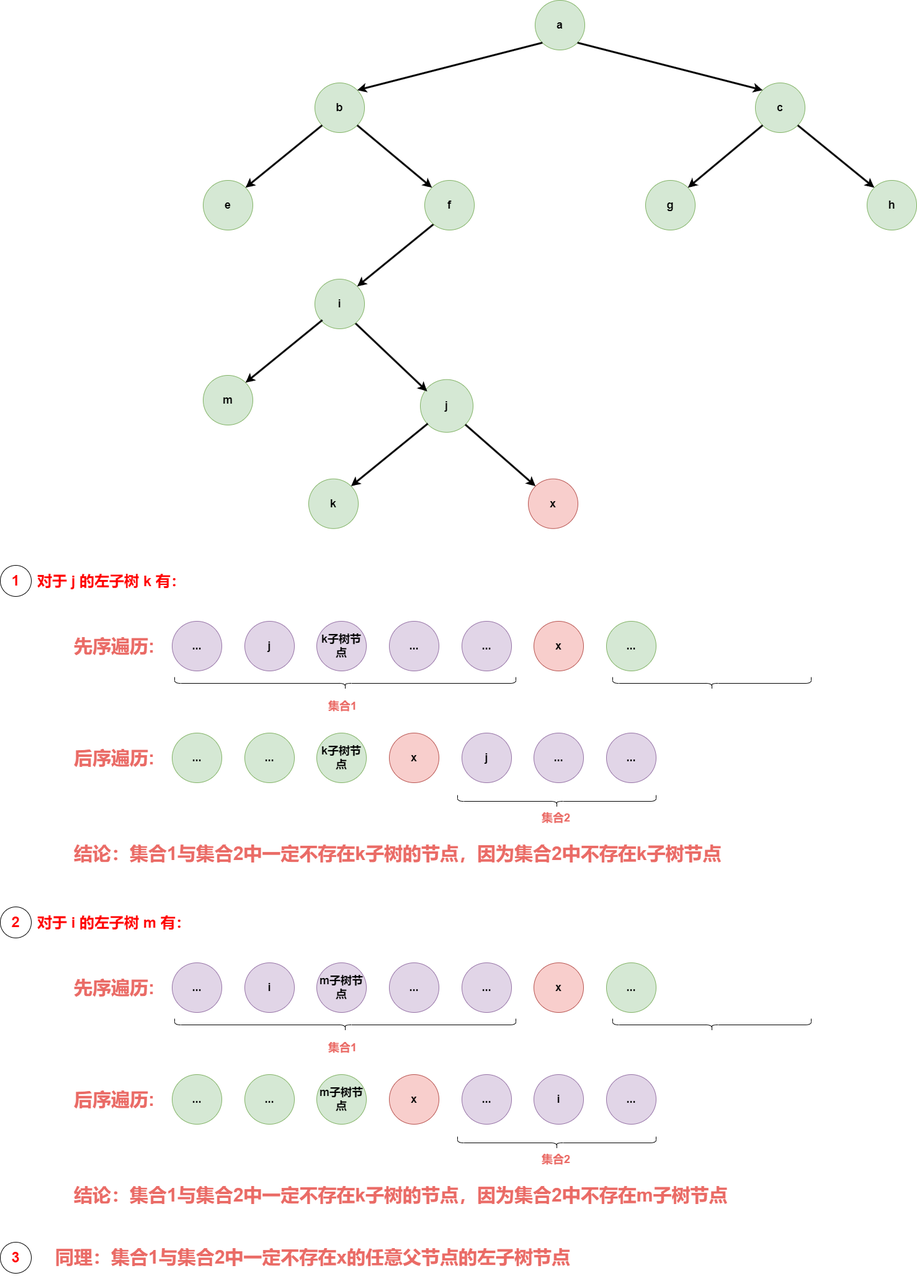
muxicode/c153080686 keeps this draw.io diagram as algrithem/g1_data_struct_binary_tree_3_pre_pos_intersection3.drawio.png. Above is the earlier version. Source tidied: cells renumbered, new cells last; positions are measured from the earlier drawing's top-left corner, leaving out a move shared by most shapes.
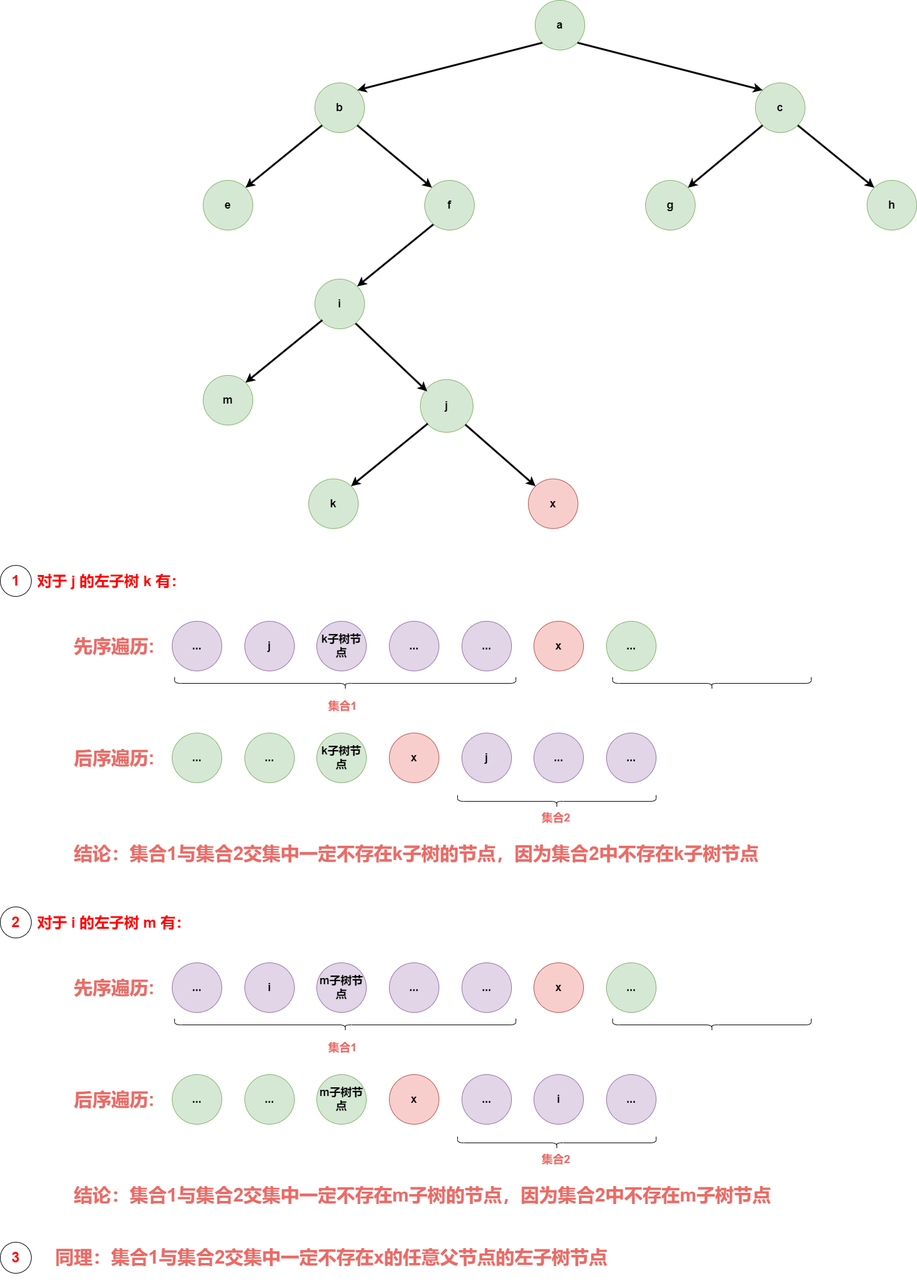
After the change.

The edit, as a diff of the source:
```diff
@@ -157,7 +157,7 @@
     <mxCell id="50" value="&lt;font color=&quot;#ff0000&quot;&gt;&lt;span style=&quot;font-size: 24px;&quot;&gt;对于 j 的左子树 k 有：&lt;/span&gt;&lt;/font&gt;" style="text;html=1;align=left;verticalAlign=middle;strokeColor=none;fillColor=none;fontStyle=1;fontSize=16;" parent="25" vertex="1">
       <mxGeometry x="57.5" y="6" width="260" height="40" as="geometry" />
     </mxCell>
-    <mxCell id="51" value="&lt;font size=&quot;1&quot; color=&quot;#ea6b66&quot;&gt;&lt;b style=&quot;font-size: 30px;&quot;&gt;结论：集合1与集合2中一定不存在k子树的节点，因为集合2中不存在k子树节点&lt;/b&gt;&lt;/font&gt;" style="text;whiteSpace=wrap;html=1;" parent="25" vertex="1">
+    <mxCell id="51" value="&lt;font size=&quot;1&quot; color=&quot;#ea6b66&quot;&gt;&lt;b style=&quot;font-size: 30px;&quot;&gt;结论：集合1与集合2交集中一定不存在k子树的节点，因为集合2中不存在k子树节点&lt;/b&gt;&lt;/font&gt;" style="text;whiteSpace=wrap;html=1;" parent="25" vertex="1">
       <mxGeometry x="117" y="440" width="1250" height="70" as="geometry" />
     </mxCell>
     <mxCell id="52" style="group;" parent="1" vertex="1">
@@ -238,13 +238,13 @@
     <mxCell id="77" value="&lt;font color=&quot;#ff0000&quot;&gt;&lt;span style=&quot;font-size: 24px;&quot;&gt;对于 i 的左子树 m 有：&lt;/span&gt;&lt;/font&gt;" style="text;html=1;align=left;verticalAlign=middle;strokeColor=none;fillColor=none;fontStyle=1;fontSize=16;" parent="52" vertex="1">
       <mxGeometry x="57.5" y="6" width="270" height="40" as="geometry" />
     </mxCell>
-    <mxCell id="78" value="&lt;font size=&quot;1&quot; color=&quot;#ea6b66&quot;&gt;&lt;b style=&quot;font-size: 30px;&quot;&gt;结论：集合1与集合2中一定不存在k子树的节点，因为集合2中不存在m子树节点&lt;/b&gt;&lt;/font&gt;" style="text;whiteSpace=wrap;html=1;" parent="52" vertex="1">
+    <mxCell id="78" value="&lt;font size=&quot;1&quot; color=&quot;#ea6b66&quot;&gt;&lt;b style=&quot;font-size: 30px;&quot;&gt;结论：集合1与集合2交集中一定不存在m子树的节点，因为集合2中不存在m子树节点&lt;/b&gt;&lt;/font&gt;" style="text;whiteSpace=wrap;html=1;" parent="52" vertex="1">
       <mxGeometry x="117" y="440" width="1250" height="70" as="geometry" />
     </mxCell>
     <mxCell id="79" value="&lt;font color=&quot;#ff0000&quot; style=&quot;font-size: 24px;&quot;&gt;3&lt;/font&gt;" style="ellipse;whiteSpace=wrap;html=1;fontStyle=1;" parent="1" vertex="1">
       <mxGeometry y="2000" width="50" height="50" as="geometry" />
     </mxCell>
-    <mxCell id="80" value="&lt;font size=&quot;1&quot; color=&quot;#ea6b66&quot;&gt;&lt;b style=&quot;font-size: 30px;&quot;&gt;同理：集合1与集合2中一定不存在x的任意父节点的左子树节点&lt;/b&gt;&lt;/font&gt;" style="text;whiteSpace=wrap;html=1;" parent="1" vertex="1">
+    <mxCell id="80" value="&lt;font size=&quot;1&quot; color=&quot;#ea6b66&quot;&gt;&lt;b style=&quot;font-size: 30px;&quot;&gt;同理：集合1与集合2交集中一定不存在x的任意父节点的左子树节点&lt;/b&gt;&lt;/font&gt;" style="text;whiteSpace=wrap;html=1;" parent="1" vertex="1">
       <mxGeometry x="87" y="2000" width="1350" height="70" as="geometry" />
     </mxCell>
   </root>
```
